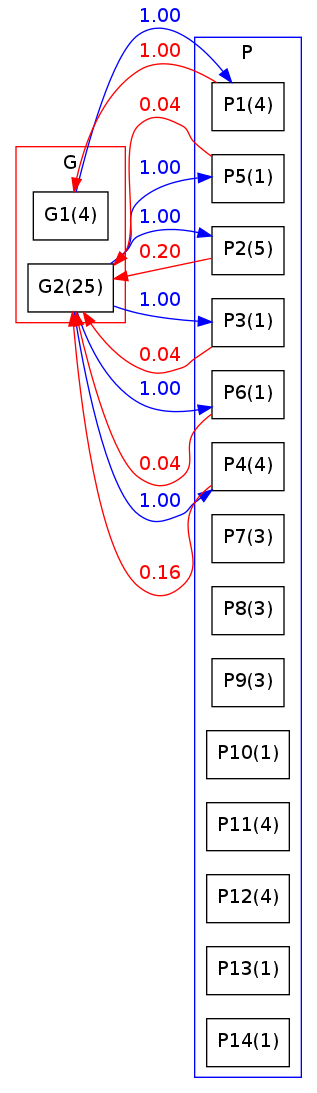
This is evaluation/BG.png from asanoja/segmentations, a Graphviz export, as it was before one commit. Its source is kept beside it as evaluation/BG.dot.
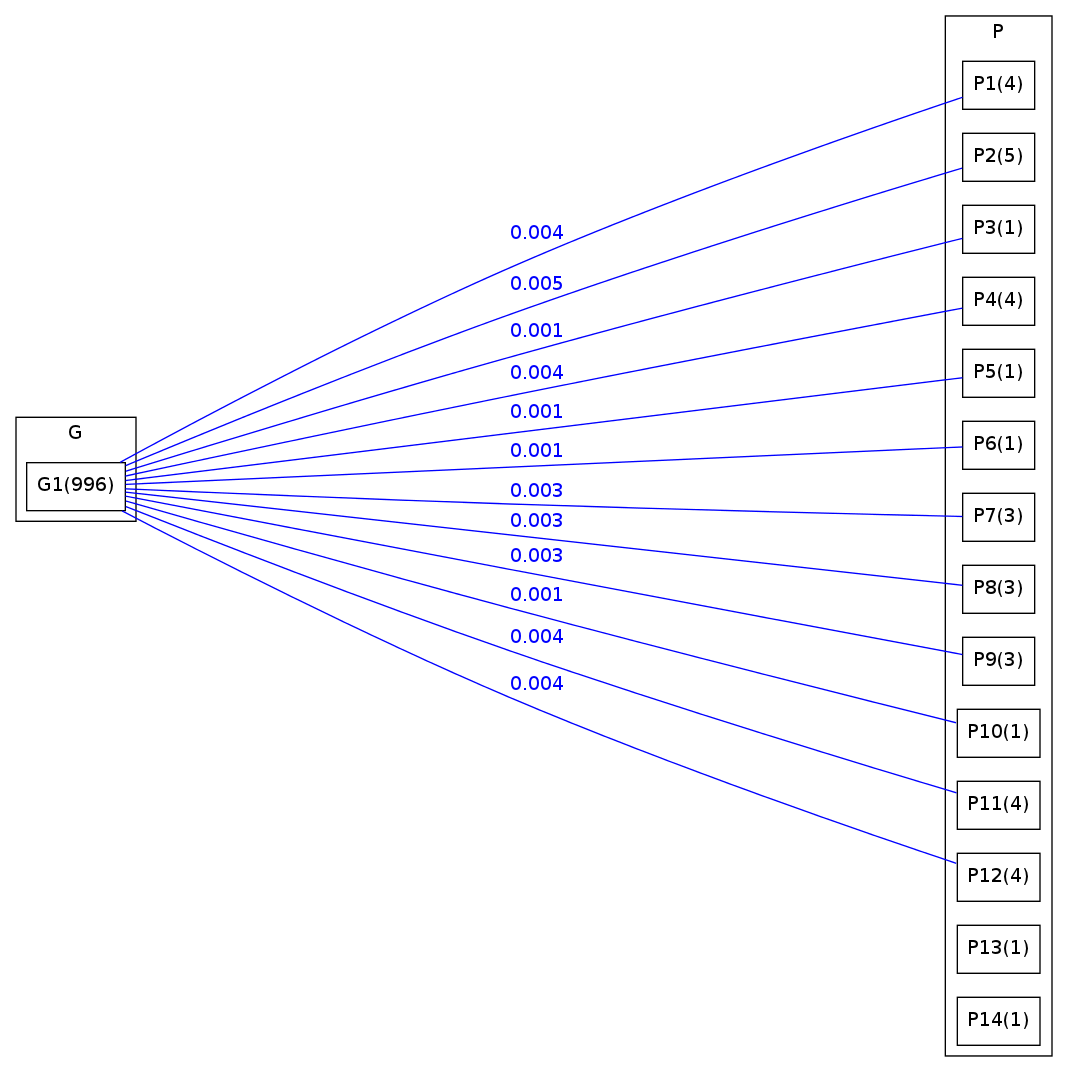
After the change.

The edit, as a diff of the source:
```diff
@@ -1,18 +1,18 @@
-strict digraph BCG {
+strict graph BCG {
 rankdir=LR;
 splines=true;
+ranksep="8 equally";
 concentrate = true;
 node [shape=rectangle];
 subgraph cluster_G {
 label = "G";
-color=red;
+color=black;
 rank="same"
-G1 [label="G1(4)"];
-G2 [label="G2(25)"];
+G1 [label="G1(996)"];
 }
 subgraph cluster_P {
 label = "P";
-color=blue;
+color="black";
 rank="same"
 P1 [label="P1(4)"];
 P2 [label="P2(5)"];
@@ -29,16 +29,16 @@
 P13 [label="P13(1)"];
 P14 [label="P14(1)"];
 }
-P1 -> G1  [label="1.00",color="red",fontcolor="red"];
-G1 -> P1 [label="1.00",color="blue",fontcolor="blue"];
-P2 -> G2  [label="0.20",color="red",fontcolor="red"];
-G2 -> P2[label="1.00",color="blue",fontcolor="blue"];
-P3 -> G2  [label="0.04",color="red",fontcolor="red"];
-G2 -> P3[label="1.00",color="blue",fontcolor="blue"];
-P4 -> G2  [label="0.16",color="red",fontcolor="red"];
-G2 -> P4[label="1.00",color="blue",fontcolor="blue"];
-P5 -> G2  [label="0.04",color="red",fontcolor="red"];
-G2 -> P5[label="1.00",color="blue",fontcolor="blue"];
-P6 -> G2  [label="0.04",color="red",fontcolor="red"];
-G2 -> P6[label="1.00",color="blue",fontcolor="blue"];
+G1 -- P1[label="0.004",color="blue",fontcolor="blue"];
+G1 -- P2[label="0.005",color="blue",fontcolor="blue"];
+G1 -- P3[label="0.001",color="blue",fontcolor="blue"];
+G1 -- P4[label="0.004",color="blue",fontcolor="blue"];
+G1 -- P5[label="0.001",color="blue",fontcolor="blue"];
+G1 -- P6[label="0.001",color="blue",fontcolor="blue"];
+G1 -- P7[label="0.003",color="blue",fontcolor="blue"];
+G1 -- P8[label="0.003",color="blue",fontcolor="blue"];
+G1 -- P9[label="0.003",color="blue",fontcolor="blue"];
+G1 -- P10[label="0.001",color="blue",fontcolor="blue"];
+G1 -- P11[label="0.004",color="blue",fontcolor="blue"];
+G1 -- P12[label="0.004",color="blue",fontcolor="blue"];
 }
```
